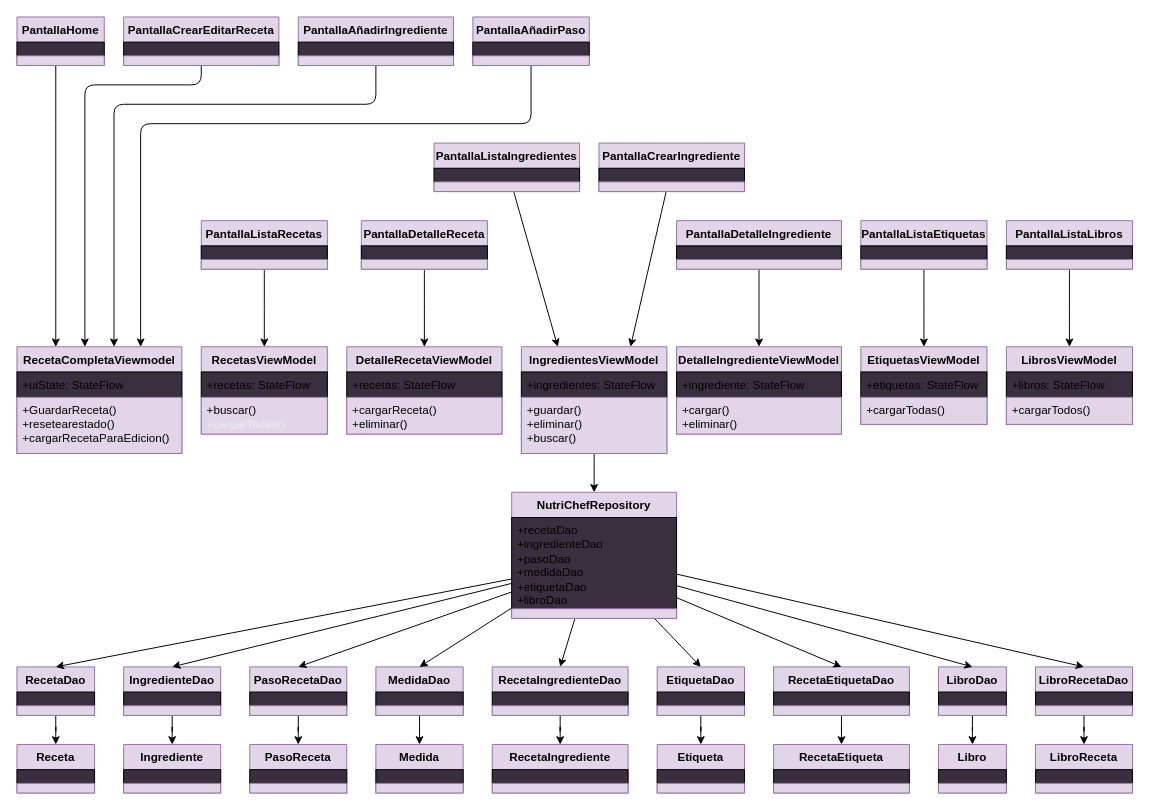
The draw.io diagram app/docs/diagramas/Diagrama_de_clases.drawio in Kurchatovio/NutriChef, before the edit. Source tidied: cells renumbered, new cells numbered last; positions are measured from the earlier drawing's top-left corner, leaving out a move shared by most shapes. Both pictures are drawn from the tidied source at 97%, with x=0, y=0 at pixel (16, 16).
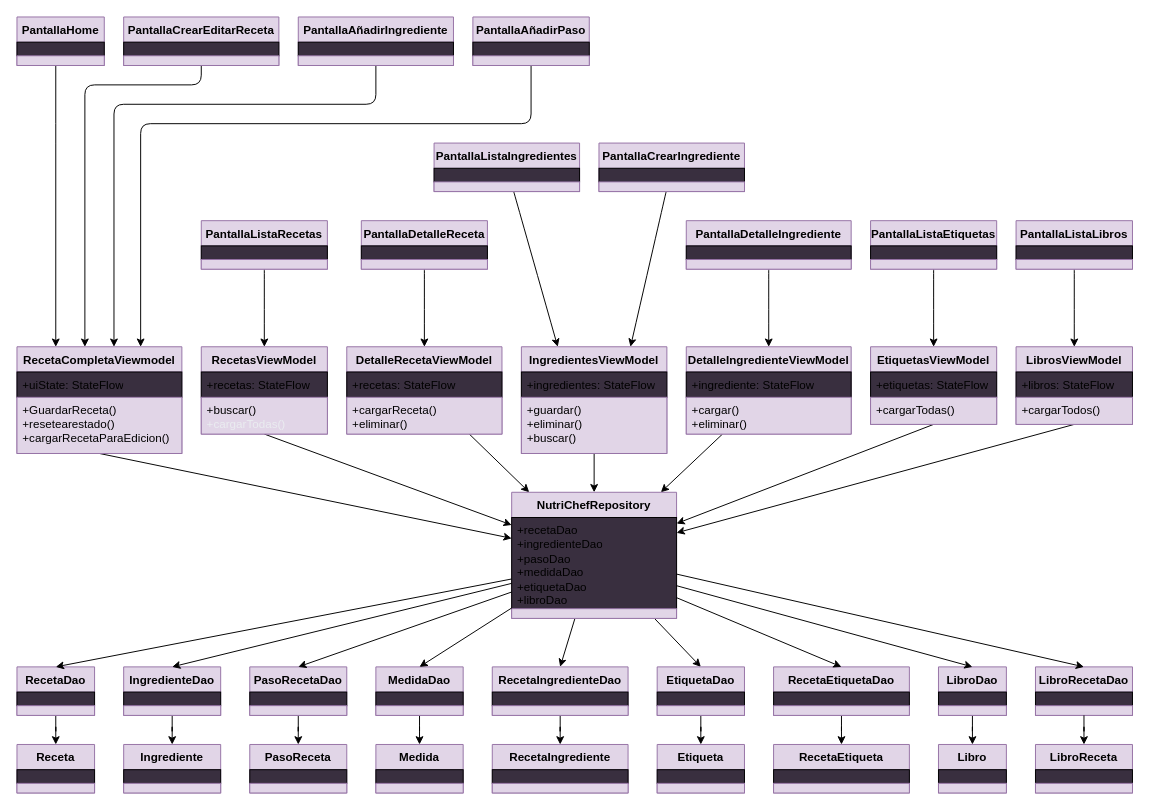
After the change.

Unchanged cells that the change refers to:
```xml
<mxCell id="18" value="RecetaCompletaViewmodel" style="swimlane;fontStyle=1;align=center;verticalAlign=top;horizontal=1;startSize=26;whiteSpace=wrap;html=1;fillColor=light-dark(#E1D5E7,#9A76A4);strokeColor=light-dark(#9673A6,#4F4155);fontColor=light-dark(#000000,#000000);" parent="1" vertex="1">
  <mxGeometry y="340" width="170" height="110" as="geometry" />
</mxCell>
<mxCell id="21" value="RecetasViewModel" style="swimlane;fontStyle=1;align=center;verticalAlign=top;horizontal=1;startSize=26;whiteSpace=wrap;html=1;fillColor=light-dark(#E1D5E7,#9A76A4);strokeColor=light-dark(#9673A6,#4F4155);fontColor=light-dark(#000000,#000000);" parent="1" vertex="1">
  <mxGeometry x="190" y="340" width="130" height="90" as="geometry" />
</mxCell>
<mxCell id="24" value="DetalleRecetaViewModel" style="swimlane;fontStyle=1;align=center;verticalAlign=top;horizontal=1;startSize=26;whiteSpace=wrap;html=1;fillColor=light-dark(#E1D5E7,#9A76A4);strokeColor=light-dark(#9673A6,#4F4155);fontColor=light-dark(#000000,#000000);" parent="1" vertex="1">
  <mxGeometry x="340" y="340" width="160" height="90" as="geometry" />
</mxCell>
<mxCell id="42" value="NutriChefRepository" style="swimlane;fontStyle=1;align=center;verticalAlign=top;horizontal=1;startSize=26;whiteSpace=wrap;html=1;fillColor=light-dark(#E1D5E7,#9A76A4);strokeColor=light-dark(#9673A6,#4F4155);fontColor=light-dark(#000000,#000000);" parent="1" vertex="1">
  <mxGeometry x="510" y="490" width="170" height="130" as="geometry" />
</mxCell>
```

The edit, as a diff of the source:
```diff
@@
+    <mxCell id="143" style="edgeStyle=none;shape=connector;rounded=1;jettySize=auto;html=1;strokeColor=default;align=center;verticalAlign=middle;fontFamily=Helvetica;fontSize=11;fontColor=default;labelBackgroundColor=default;endArrow=classic;exitX=0.5;exitY=1;exitDx=0;exitDy=0;" parent="1" edge="1" source="18" target="42">
+      <mxGeometry relative="1" as="geometry" />
+    </mxCell>
@@
+    <mxCell id="144" style="edgeStyle=none;shape=connector;rounded=1;jettySize=auto;html=1;strokeColor=default;align=center;verticalAlign=middle;fontFamily=Helvetica;fontSize=11;fontColor=default;labelBackgroundColor=default;endArrow=classic;exitX=0.5;exitY=1;exitDx=0;exitDy=0;" parent="1" edge="1" source="21" target="42">
+      <mxGeometry relative="1" as="geometry" />
+    </mxCell>
@@
+    <mxCell id="145" style="edgeStyle=none;shape=connector;rounded=1;jettySize=auto;html=1;strokeColor=default;align=center;verticalAlign=middle;fontFamily=Helvetica;fontSize=11;fontColor=default;labelBackgroundColor=default;endArrow=classic;" parent="1" edge="1" source="24" target="42">
+      <mxGeometry relative="1" as="geometry" />
+    </mxCell>
@@
+    <mxCell id="146" style="edgeStyle=none;shape=connector;rounded=1;jettySize=auto;html=1;strokeColor=default;align=center;verticalAlign=middle;fontFamily=Helvetica;fontSize=11;fontColor=default;labelBackgroundColor=default;endArrow=classic;" parent="1" edge="1" source="31" target="42">
+      <mxGeometry relative="1" as="geometry" />
+    </mxCell>
     <mxCell id="31" value="DetalleIngredienteViewModel" style="swimlane;fontStyle=1;align=center;verticalAlign=top;horizontal=1;startSize=26;whiteSpace=wrap;html=1;fillColor=light-dark(#E1D5E7,#9A76A4);strokeColor=light-dark(#9673A6,#4F4155);fontColor=light-dark(#000000,#000000);" parent="1" vertex="1">
-      <mxGeometry x="680" y="340" width="170" height="90" as="geometry" />
+      <mxGeometry x="690" y="340" width="170" height="90" as="geometry" />
     </mxCell>
@@
+    <mxCell id="147" style="edgeStyle=none;shape=connector;rounded=1;jettySize=auto;html=1;strokeColor=default;align=center;verticalAlign=middle;fontFamily=Helvetica;fontSize=11;fontColor=default;labelBackgroundColor=default;endArrow=classic;exitX=0.5;exitY=1;exitDx=0;exitDy=0;" parent="1" edge="1" source="34" target="42">
+      <mxGeometry relative="1" as="geometry" />
+    </mxCell>
     <mxCell id="34" value="EtiquetasViewModel" style="swimlane;fontStyle=1;align=center;verticalAlign=top;horizontal=1;startSize=26;whiteSpace=wrap;html=1;fillColor=light-dark(#E1D5E7,#9A76A4);strokeColor=light-dark(#9673A6,#4F4155);fontColor=light-dark(#000000,#000000);" parent="1" vertex="1">
-      <mxGeometry x="870" y="340" width="130" height="80" as="geometry" />
+      <mxGeometry x="880" y="340" width="130" height="80" as="geometry" />
     </mxCell>
@@
+    <mxCell id="148" style="edgeStyle=none;shape=connector;rounded=1;jettySize=auto;html=1;strokeColor=default;align=center;verticalAlign=middle;fontFamily=Helvetica;fontSize=11;fontColor=default;labelBackgroundColor=default;endArrow=classic;exitX=0.5;exitY=1;exitDx=0;exitDy=0;" parent="1" edge="1" source="37" target="42">
+      <mxGeometry relative="1" as="geometry" />
+    </mxCell>
     <mxCell id="37" value="LibrosViewModel" style="swimlane;fontStyle=1;align=center;verticalAlign=top;horizontal=1;startSize=26;whiteSpace=wrap;html=1;fillColor=light-dark(#E1D5E7,#9A76A4);strokeColor=light-dark(#9673A6,#4F4155);fontColor=light-dark(#000000,#000000);" parent="1" vertex="1">
-      <mxGeometry x="1020" y="340" width="130" height="80" as="geometry" />
+      <mxGeometry x="1030" y="340" width="120" height="80" as="geometry" />
     </mxCell>
     <mxCell id="38" value="&lt;div&gt;+libros: StateFlow&lt;br&gt;&lt;br&gt;&lt;/div&gt;" style="text;strokeColor=light-dark(#000000,#4F4155);fillColor=light-dark(#392F3F,#E8BEFF);align=left;verticalAlign=top;spacingLeft=4;spacingRight=4;overflow=hidden;whiteSpace=wrap;html=1;fontColor=light-dark(#000000,#000000);" parent="37" vertex="1">
-      <mxGeometry y="26" width="130" height="26" as="geometry" />
+      <mxGeometry y="26" width="120" height="26" as="geometry" />
     </mxCell>
     <mxCell id="39" value="+cargarTodos()" style="text;strokeColor=light-dark(#9673A6,#4F4155);fillColor=light-dark(#E1D5E7,#E8BBFF);align=left;verticalAlign=top;spacingLeft=4;spacingRight=4;overflow=hidden;whiteSpace=wrap;html=1;fontColor=light-dark(#000000,#000000);" parent="37" vertex="1">
-      <mxGeometry y="52" width="130" height="28" as="geometry" />
+      <mxGeometry y="52" width="120" height="28" as="geometry" />
     </mxCell>
@@
     <mxCell id="62" value="PantallaDetalleIngrediente" style="swimlane;fontStyle=1;align=center;verticalAlign=top;horizontal=1;startSize=26;whiteSpace=wrap;html=1;fillColor=light-dark(#E1D5E7,#9A76A4);strokeColor=light-dark(#9673A6,#4F4155);fontColor=light-dark(#000000,#000000);" parent="1" vertex="1">
-      <mxGeometry x="680" y="210" width="170" height="50" as="geometry" />
+      <mxGeometry x="690" y="210" width="170" height="50" as="geometry" />
     </mxCell>
@@
     <mxCell id="66" value="PantallaListaEtiquetas" style="swimlane;fontStyle=1;align=center;verticalAlign=top;horizontal=1;startSize=26;whiteSpace=wrap;html=1;fillColor=light-dark(#E1D5E7,#9A76A4);strokeColor=light-dark(#9673A6,#4F4155);fontColor=light-dark(#000000,#000000);" parent="1" vertex="1">
-      <mxGeometry x="870" y="210" width="130" height="50" as="geometry" />
+      <mxGeometry x="880" y="210" width="130" height="50" as="geometry" />
     </mxCell>
@@
     <mxCell id="70" value="PantallaListaLibros" style="swimlane;fontStyle=1;align=center;verticalAlign=top;horizontal=1;startSize=26;whiteSpace=wrap;html=1;fillColor=light-dark(#E1D5E7,#9A76A4);strokeColor=light-dark(#9673A6,#4F4155);fontColor=light-dark(#000000,#000000);" parent="1" vertex="1">
-      <mxGeometry x="1020" y="210" width="130" height="50" as="geometry" />
+      <mxGeometry x="1030" y="210" width="120" height="50" as="geometry" />
     </mxCell>
     <mxCell id="71" style="text;strokeColor=light-dark(#000000,#4F4155);fillColor=light-dark(#392F3F,#E8BEFF);align=left;verticalAlign=top;spacingLeft=4;spacingRight=4;overflow=hidden;whiteSpace=wrap;html=1;fontColor=light-dark(#000000,#000000);" parent="70" vertex="1">
-      <mxGeometry y="26" width="130" height="14" as="geometry" />
+      <mxGeometry y="26" width="120" height="14" as="geometry" />
     </mxCell>
     <mxCell id="72" style="text;strokeColor=light-dark(#9673A6,#4F4155);fillColor=light-dark(#E1D5E7,#E8BBFF);align=left;verticalAlign=top;spacingLeft=4;spacingRight=4;overflow=hidden;whiteSpace=wrap;html=1;fontColor=light-dark(#000000,#000000);" parent="70" vertex="1">
-      <mxGeometry y="40" width="130" height="10" as="geometry" />
+      <mxGeometry y="40" width="120" height="10" as="geometry" />
     </mxCell>
```
